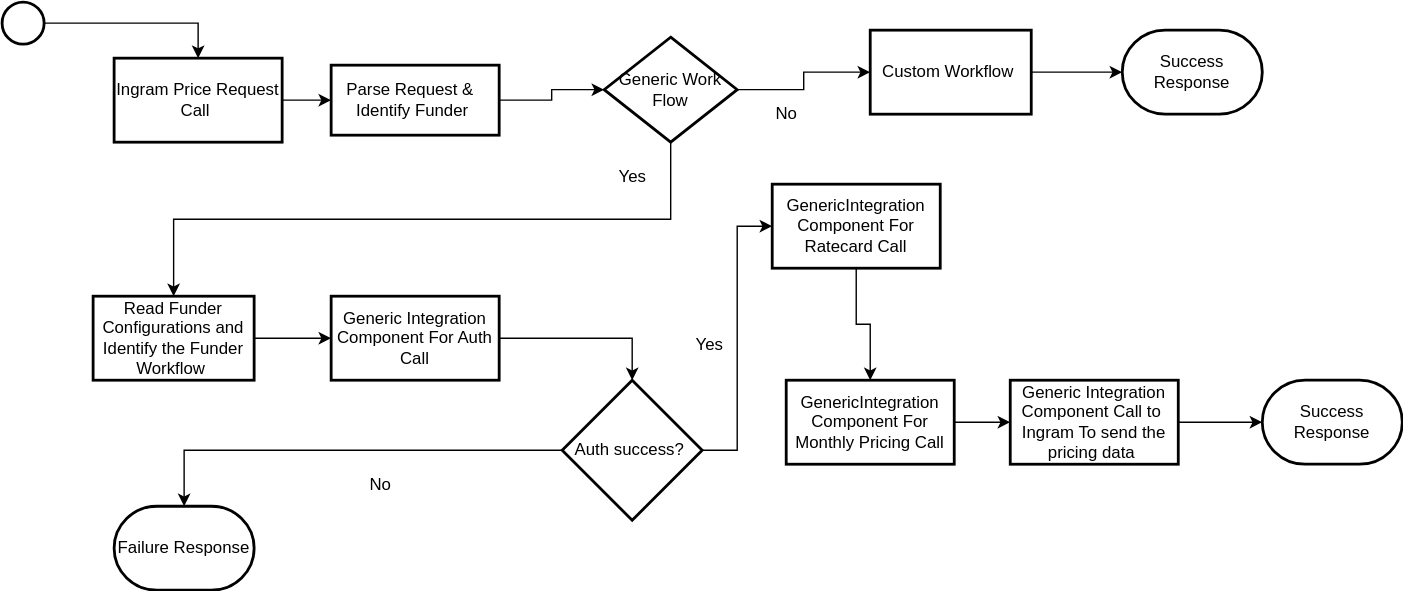
renjithmp/BankSystem keeps this draw.io diagram as src/Untitled Diagram.drawio.svg. Above is the earlier version. Source tidied: cells renumbered, new cells last; positions are measured from the earlier drawing's top-left corner, leaving out a move shared by most shapes. The source it was exported from:
```xml
<mxGraphModel>
  <root>
    <mxCell id="0" />
    <mxCell id="1" parent="0" />
    <mxCell id="2" style="edgeStyle=orthogonalEdgeStyle;rounded=0;jettySize=auto;html=1;" parent="1" edge="1" source="3" target="5">
      <mxGeometry relative="1" as="geometry" />
    </mxCell>
    <mxCell id="3" style="strokeWidth=2;html=1;shape=mxgraph.flowchart.start_2;whiteSpace=wrap;" parent="1" vertex="1">
      <mxGeometry width="30" height="30" as="geometry" />
    </mxCell>
    <mxCell id="4" style="edgeStyle=orthogonalEdgeStyle;rounded=0;jettySize=auto;html=1;entryX=0;entryY=0.5;entryDx=0;entryDy=0;" parent="1" edge="1" source="5" target="7">
      <mxGeometry relative="1" as="geometry" />
    </mxCell>
    <mxCell id="5" value="Ingram Price Request Call&amp;nbsp;" style="whiteSpace=wrap;html=1;strokeWidth=2;" parent="1" vertex="1">
      <mxGeometry x="80" y="40" width="120" height="60" as="geometry" />
    </mxCell>
    <mxCell id="6" style="edgeStyle=orthogonalEdgeStyle;rounded=0;jettySize=auto;html=1;entryX=0;entryY=0.5;entryDx=0;entryDy=0;" parent="1" edge="1" source="7" target="26">
      <mxGeometry relative="1" as="geometry" />
    </mxCell>
    <mxCell id="7" value="Parse Request &amp;amp;&amp;nbsp;&amp;nbsp;&lt;br&gt;Identify Funder&amp;nbsp;" style="whiteSpace=wrap;html=1;strokeWidth=2;" parent="1" vertex="1">
      <mxGeometry x="235" y="45" width="120" height="50" as="geometry" />
    </mxCell>
    <mxCell id="8" style="edgeStyle=orthogonalEdgeStyle;rounded=0;jettySize=auto;html=1;entryX=0.5;entryY=0;entryDx=0;entryDy=0;entryPerimeter=0;" parent="1" edge="1" source="9" target="12">
      <mxGeometry relative="1" as="geometry" />
    </mxCell>
    <mxCell id="9" value="Generic Integration Component For Auth Call" style="whiteSpace=wrap;html=1;strokeWidth=2;" parent="1" vertex="1">
      <mxGeometry x="235" y="210" width="120" height="60" as="geometry" />
    </mxCell>
    <mxCell id="10" style="edgeStyle=orthogonalEdgeStyle;rounded=0;jettySize=auto;html=1;entryX=0.5;entryY=0;entryDx=0;entryDy=0;entryPerimeter=0;" parent="1" edge="1" source="12" target="13">
      <mxGeometry relative="1" as="geometry" />
    </mxCell>
    <mxCell id="11" style="edgeStyle=orthogonalEdgeStyle;rounded=0;jettySize=auto;html=1;exitX=1;exitY=0.5;exitDx=0;exitDy=0;exitPerimeter=0;entryX=0;entryY=0.5;entryDx=0;entryDy=0;" parent="1" edge="1" source="12" target="16">
      <mxGeometry relative="1" as="geometry" />
    </mxCell>
    <mxCell id="12" value="Auth success?&amp;nbsp;" style="strokeWidth=2;html=1;shape=mxgraph.flowchart.decision;whiteSpace=wrap;" parent="1" vertex="1">
      <mxGeometry x="400" y="270" width="100" height="100" as="geometry" />
    </mxCell>
    <mxCell id="13" value="Failure Response" style="strokeWidth=2;html=1;shape=mxgraph.flowchart.terminator;whiteSpace=wrap;" parent="1" vertex="1">
      <mxGeometry x="80" y="360" width="100" height="60" as="geometry" />
    </mxCell>
    <mxCell id="14" value="No" style="text;html=1;align=center;verticalAlign=middle;strokeColor=none;fillColor=none;" parent="1" vertex="1">
      <mxGeometry x="250" y="330" width="40" height="30" as="geometry" />
    </mxCell>
    <mxCell id="15" style="edgeStyle=orthogonalEdgeStyle;rounded=0;jettySize=auto;html=1;entryX=0.5;entryY=0;entryDx=0;entryDy=0;" parent="1" edge="1" source="16" target="18">
      <mxGeometry relative="1" as="geometry" />
    </mxCell>
    <mxCell id="16" value="GenericIntegration Component For Ratecard Call" style="whiteSpace=wrap;html=1;strokeWidth=2;" parent="1" vertex="1">
      <mxGeometry x="550" y="130" width="120" height="60" as="geometry" />
    </mxCell>
    <mxCell id="17" style="edgeStyle=orthogonalEdgeStyle;rounded=0;jettySize=auto;html=1;entryX=0;entryY=0.5;entryDx=0;entryDy=0;" parent="1" edge="1" source="18" target="20">
      <mxGeometry relative="1" as="geometry" />
    </mxCell>
    <mxCell id="18" value="GenericIntegration Component For Monthly Pricing Call" style="whiteSpace=wrap;html=1;strokeWidth=2;" parent="1" vertex="1">
      <mxGeometry x="560" y="270" width="120" height="60" as="geometry" />
    </mxCell>
    <mxCell id="19" style="edgeStyle=orthogonalEdgeStyle;rounded=0;jettySize=auto;html=1;entryX=0;entryY=0.5;entryDx=0;entryDy=0;entryPerimeter=0;" parent="1" edge="1" source="20" target="21">
      <mxGeometry relative="1" as="geometry" />
    </mxCell>
    <mxCell id="20" value="Generic Integration Component Call to&amp;nbsp; Ingram To send the pricing data&amp;nbsp;" style="whiteSpace=wrap;html=1;strokeWidth=2;" parent="1" vertex="1">
      <mxGeometry x="720" y="270" width="120" height="60" as="geometry" />
    </mxCell>
    <mxCell id="21" value="Success Response" style="strokeWidth=2;html=1;shape=mxgraph.flowchart.terminator;whiteSpace=wrap;" parent="1" vertex="1">
      <mxGeometry x="900" y="270" width="100" height="60" as="geometry" />
    </mxCell>
    <mxCell id="22" style="edgeStyle=orthogonalEdgeStyle;rounded=0;jettySize=auto;html=1;entryX=0;entryY=0.5;entryDx=0;entryDy=0;" parent="1" edge="1" source="23" target="9">
      <mxGeometry relative="1" as="geometry" />
    </mxCell>
    <mxCell id="23" value="Read Funder Configurations and Identify the Funder Workflow&amp;nbsp;" style="whiteSpace=wrap;html=1;strokeWidth=2;" parent="1" vertex="1">
      <mxGeometry x="65" y="210" width="115" height="60" as="geometry" />
    </mxCell>
    <mxCell id="24" style="edgeStyle=orthogonalEdgeStyle;rounded=0;jettySize=auto;html=1;entryX=0;entryY=0.5;entryDx=0;entryDy=0;" parent="1" edge="1" source="26" target="28">
      <mxGeometry relative="1" as="geometry" />
    </mxCell>
    <mxCell id="25" style="edgeStyle=orthogonalEdgeStyle;rounded=0;jettySize=auto;html=1;entryX=0.5;entryY=0;entryDx=0;entryDy=0;exitX=0.5;exitY=1;exitDx=0;exitDy=0;" parent="1" edge="1" source="26" target="23">
      <mxGeometry relative="1" as="geometry" />
    </mxCell>
    <mxCell id="26" value="Generic Work Flow" style="rhombus;whiteSpace=wrap;html=1;strokeWidth=2;" parent="1" vertex="1">
      <mxGeometry x="430" y="25" width="95" height="75" as="geometry" />
    </mxCell>
    <mxCell id="27" style="edgeStyle=orthogonalEdgeStyle;rounded=0;jettySize=auto;html=1;entryX=0;entryY=0.5;entryDx=0;entryDy=0;entryPerimeter=0;" parent="1" edge="1" source="28" target="29">
      <mxGeometry relative="1" as="geometry" />
    </mxCell>
    <mxCell id="28" value="Custom Workflow&amp;nbsp;" style="whiteSpace=wrap;html=1;strokeWidth=2;" parent="1" vertex="1">
      <mxGeometry x="620" y="20" width="115" height="60" as="geometry" />
    </mxCell>
    <mxCell id="29" value="Success Response&lt;br&gt;" style="strokeWidth=2;html=1;shape=mxgraph.flowchart.terminator;whiteSpace=wrap;" parent="1" vertex="1">
      <mxGeometry x="800" y="20" width="100" height="60" as="geometry" />
    </mxCell>
    <mxCell id="30" value="Yes" style="text;html=1;align=center;verticalAlign=middle;strokeColor=none;fillColor=none;" parent="1" vertex="1">
      <mxGeometry x="485" y="230" width="40" height="30" as="geometry" />
    </mxCell>
    <mxCell id="31" value="Yes" style="text;html=1;align=center;verticalAlign=middle;strokeColor=none;fillColor=none;" parent="1" vertex="1">
      <mxGeometry x="430" y="110" width="40" height="30" as="geometry" />
    </mxCell>
    <mxCell id="32" value="No" style="text;html=1;align=center;verticalAlign=middle;strokeColor=none;fillColor=none;" parent="1" vertex="1">
      <mxGeometry x="540" y="65" width="40" height="30" as="geometry" />
    </mxCell>
  </root>
</mxGraphModel>
```
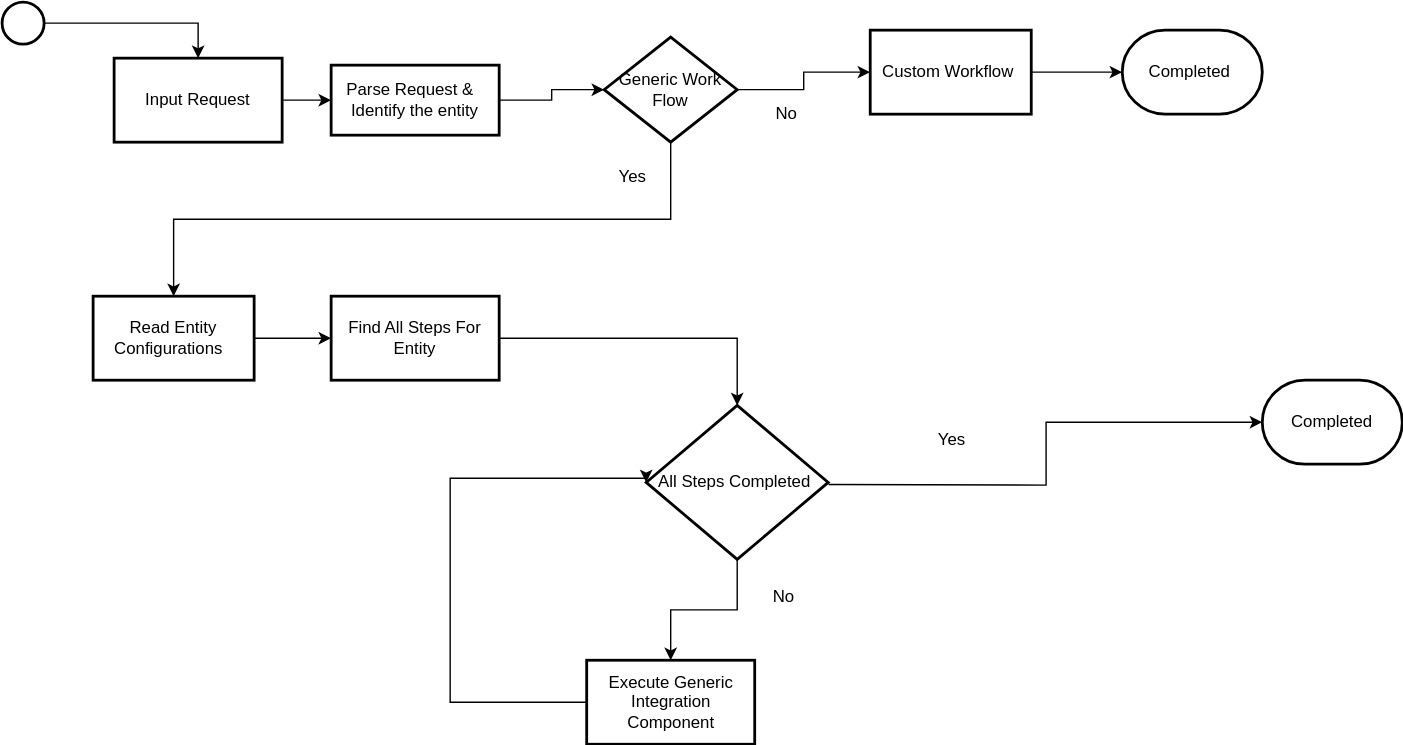
Later version of the same file.

What changed in the source:
```diff
@@ -11,61 +11,33 @@
     <mxCell id="4" style="edgeStyle=orthogonalEdgeStyle;rounded=0;jettySize=auto;html=1;entryX=0;entryY=0.5;entryDx=0;entryDy=0;" parent="1" edge="1" source="5" target="7">
       <mxGeometry relative="1" as="geometry" />
     </mxCell>
-    <mxCell id="5" value="Ingram Price Request Call&amp;nbsp;" style="whiteSpace=wrap;html=1;strokeWidth=2;" parent="1" vertex="1">
+    <mxCell id="5" value="Input Request" style="whiteSpace=wrap;html=1;strokeWidth=2;" parent="1" vertex="1">
       <mxGeometry x="80" y="40" width="120" height="60" as="geometry" />
     </mxCell>
     <mxCell id="6" style="edgeStyle=orthogonalEdgeStyle;rounded=0;jettySize=auto;html=1;entryX=0;entryY=0.5;entryDx=0;entryDy=0;" parent="1" edge="1" source="7" target="26">
       <mxGeometry relative="1" as="geometry" />
     </mxCell>
-    <mxCell id="7" value="Parse Request &amp;amp;&amp;nbsp;&amp;nbsp;&lt;br&gt;Identify Funder&amp;nbsp;" style="whiteSpace=wrap;html=1;strokeWidth=2;" parent="1" vertex="1">
+    <mxCell id="7" value="Parse Request &amp;amp;&amp;nbsp;&amp;nbsp;&lt;br&gt;Identify the entity" style="whiteSpace=wrap;html=1;strokeWidth=2;" parent="1" vertex="1">
       <mxGeometry x="235" y="45" width="120" height="50" as="geometry" />
     </mxCell>
-    <mxCell id="8" style="edgeStyle=orthogonalEdgeStyle;rounded=0;jettySize=auto;html=1;entryX=0.5;entryY=0;entryDx=0;entryDy=0;entryPerimeter=0;" parent="1" edge="1" source="9" target="12">
+    <mxCell id="8" style="edgeStyle=orthogonalEdgeStyle;rounded=0;jettySize=auto;html=1;entryX=0.5;entryY=0;entryDx=0;entryDy=0;entryPerimeter=0;" parent="1" edge="1" source="9" target="34">
       <mxGeometry relative="1" as="geometry" />
     </mxCell>
-    <mxCell id="9" value="Generic Integration Component For Auth Call" style="whiteSpace=wrap;html=1;strokeWidth=2;" parent="1" vertex="1">
+    <mxCell id="9" value="Find All Steps For Entity" style="whiteSpace=wrap;html=1;strokeWidth=2;" parent="1" vertex="1">
       <mxGeometry x="235" y="210" width="120" height="60" as="geometry" />
     </mxCell>
-    <mxCell id="10" style="edgeStyle=orthogonalEdgeStyle;rounded=0;jettySize=auto;html=1;entryX=0.5;entryY=0;entryDx=0;entryDy=0;entryPerimeter=0;" parent="1" edge="1" source="12" target="13">
-      <mxGeometry relative="1" as="geometry" />
-    </mxCell>
-    <mxCell id="11" style="edgeStyle=orthogonalEdgeStyle;rounded=0;jettySize=auto;html=1;exitX=1;exitY=0.5;exitDx=0;exitDy=0;exitPerimeter=0;entryX=0;entryY=0.5;entryDx=0;entryDy=0;" parent="1" edge="1" source="12" target="16">
-      <mxGeometry relative="1" as="geometry" />
-    </mxCell>
-    <mxCell id="12" value="Auth success?&amp;nbsp;" style="strokeWidth=2;html=1;shape=mxgraph.flowchart.decision;whiteSpace=wrap;" parent="1" vertex="1">
-      <mxGeometry x="400" y="270" width="100" height="100" as="geometry" />
-    </mxCell>
-    <mxCell id="13" value="Failure Response" style="strokeWidth=2;html=1;shape=mxgraph.flowchart.terminator;whiteSpace=wrap;" parent="1" vertex="1">
-      <mxGeometry x="80" y="360" width="100" height="60" as="geometry" />
-    </mxCell>
-    <mxCell id="14" value="No" style="text;html=1;align=center;verticalAlign=middle;strokeColor=none;fillColor=none;" parent="1" vertex="1">
-      <mxGeometry x="250" y="330" width="40" height="30" as="geometry" />
-    </mxCell>
-    <mxCell id="15" style="edgeStyle=orthogonalEdgeStyle;rounded=0;jettySize=auto;html=1;entryX=0.5;entryY=0;entryDx=0;entryDy=0;" parent="1" edge="1" source="16" target="18">
-      <mxGeometry relative="1" as="geometry" />
-    </mxCell>
-    <mxCell id="16" value="GenericIntegration Component For Ratecard Call" style="whiteSpace=wrap;html=1;strokeWidth=2;" parent="1" vertex="1">
-      <mxGeometry x="550" y="130" width="120" height="60" as="geometry" />
-    </mxCell>
-    <mxCell id="17" style="edgeStyle=orthogonalEdgeStyle;rounded=0;jettySize=auto;html=1;entryX=0;entryY=0.5;entryDx=0;entryDy=0;" parent="1" edge="1" source="18" target="20">
-      <mxGeometry relative="1" as="geometry" />
-    </mxCell>
-    <mxCell id="18" value="GenericIntegration Component For Monthly Pricing Call" style="whiteSpace=wrap;html=1;strokeWidth=2;" parent="1" vertex="1">
-      <mxGeometry x="560" y="270" width="120" height="60" as="geometry" />
-    </mxCell>
-    <mxCell id="19" style="edgeStyle=orthogonalEdgeStyle;rounded=0;jettySize=auto;html=1;entryX=0;entryY=0.5;entryDx=0;entryDy=0;entryPerimeter=0;" parent="1" edge="1" source="20" target="21">
-      <mxGeometry relative="1" as="geometry" />
+    <mxCell id="19" style="edgeStyle=orthogonalEdgeStyle;rounded=0;jettySize=auto;html=1;entryX=0;entryY=0.5;entryDx=0;entryDy=0;entryPerimeter=0;exitX=1.006;exitY=0.548;exitDx=0;exitDy=0;exitPerimeter=0;" parent="1" edge="1" target="21">
+      <mxGeometry relative="1" as="geometry">
+        <mxPoint x="590.2" y="344.4" as="sourcePoint" />
+      </mxGeometry>
     </mxCell>
-    <mxCell id="20" value="Generic Integration Component Call to&amp;nbsp; Ingram To send the pricing data&amp;nbsp;" style="whiteSpace=wrap;html=1;strokeWidth=2;" parent="1" vertex="1">
-      <mxGeometry x="720" y="270" width="120" height="60" as="geometry" />
-    </mxCell>
-    <mxCell id="21" value="Success Response" style="strokeWidth=2;html=1;shape=mxgraph.flowchart.terminator;whiteSpace=wrap;" parent="1" vertex="1">
+    <mxCell id="21" value="Completed" style="strokeWidth=2;html=1;shape=mxgraph.flowchart.terminator;whiteSpace=wrap;" parent="1" vertex="1">
       <mxGeometry x="900" y="270" width="100" height="60" as="geometry" />
     </mxCell>
     <mxCell id="22" style="edgeStyle=orthogonalEdgeStyle;rounded=0;jettySize=auto;html=1;entryX=0;entryY=0.5;entryDx=0;entryDy=0;" parent="1" edge="1" source="23" target="9">
       <mxGeometry relative="1" as="geometry" />
     </mxCell>
-    <mxCell id="23" value="Read Funder Configurations and Identify the Funder Workflow&amp;nbsp;" style="whiteSpace=wrap;html=1;strokeWidth=2;" parent="1" vertex="1">
+    <mxCell id="23" value="Read Entity Configurations&amp;nbsp;&amp;nbsp;" style="whiteSpace=wrap;html=1;strokeWidth=2;" parent="1" vertex="1">
       <mxGeometry x="65" y="210" width="115" height="60" as="geometry" />
     </mxCell>
     <mxCell id="24" style="edgeStyle=orthogonalEdgeStyle;rounded=0;jettySize=auto;html=1;entryX=0;entryY=0.5;entryDx=0;entryDy=0;" parent="1" edge="1" source="26" target="28">
@@ -83,17 +55,38 @@
     <mxCell id="28" value="Custom Workflow&amp;nbsp;" style="whiteSpace=wrap;html=1;strokeWidth=2;" parent="1" vertex="1">
       <mxGeometry x="620" y="20" width="115" height="60" as="geometry" />
     </mxCell>
-    <mxCell id="29" value="Success Response&lt;br&gt;" style="strokeWidth=2;html=1;shape=mxgraph.flowchart.terminator;whiteSpace=wrap;" parent="1" vertex="1">
+    <mxCell id="29" value="Completed&amp;nbsp;" style="strokeWidth=2;html=1;shape=mxgraph.flowchart.terminator;whiteSpace=wrap;" parent="1" vertex="1">
       <mxGeometry x="800" y="20" width="100" height="60" as="geometry" />
     </mxCell>
-    <mxCell id="30" value="Yes" style="text;html=1;align=center;verticalAlign=middle;strokeColor=none;fillColor=none;" parent="1" vertex="1">
-      <mxGeometry x="485" y="230" width="40" height="30" as="geometry" />
-    </mxCell>
     <mxCell id="31" value="Yes" style="text;html=1;align=center;verticalAlign=middle;strokeColor=none;fillColor=none;" parent="1" vertex="1">
       <mxGeometry x="430" y="110" width="40" height="30" as="geometry" />
     </mxCell>
     <mxCell id="32" value="No" style="text;html=1;align=center;verticalAlign=middle;strokeColor=none;fillColor=none;" parent="1" vertex="1">
       <mxGeometry x="540" y="65" width="40" height="30" as="geometry" />
     </mxCell>
+    <mxCell id="33" style="edgeStyle=orthogonalEdgeStyle;rounded=0;jettySize=auto;html=1;entryX=0.5;entryY=0;entryDx=0;entryDy=0;" parent="1" edge="1" source="34" target="36">
+      <mxGeometry relative="1" as="geometry" />
+    </mxCell>
+    <mxCell id="34" value="All Steps Completed&amp;nbsp;" style="strokeWidth=2;html=1;shape=mxgraph.flowchart.decision;whiteSpace=wrap;" parent="1" vertex="1">
+      <mxGeometry x="460" y="288" width="130" height="110" as="geometry" />
+    </mxCell>
+    <mxCell id="35" style="edgeStyle=orthogonalEdgeStyle;rounded=0;jettySize=auto;html=1;entryX=0;entryY=0.5;entryDx=0;entryDy=0;entryPerimeter=0;" parent="1" edge="1" source="36" target="34">
+      <mxGeometry relative="1" as="geometry">
+        <Array as="points">
+          <mxPoint x="320" y="500" />
+          <mxPoint x="320" y="340" />
+          <mxPoint x="460" y="340" />
+        </Array>
+      </mxGeometry>
+    </mxCell>
+    <mxCell id="36" value="Execute Generic&lt;br&gt;Integration Component" style="whiteSpace=wrap;html=1;strokeWidth=2;" parent="1" vertex="1">
+      <mxGeometry x="417.5" y="470" width="120" height="60" as="geometry" />
+    </mxCell>
+    <mxCell id="30" value="Yes" style="text;html=1;align=center;verticalAlign=middle;strokeColor=none;fillColor=none;" parent="1" vertex="1">
+      <mxGeometry x="657.5" y="298" width="40" height="30" as="geometry" />
+    </mxCell>
+    <mxCell id="14" value="No" style="text;html=1;align=center;verticalAlign=middle;strokeColor=none;fillColor=none;" parent="1" vertex="1">
+      <mxGeometry x="537.5" y="410" width="40" height="30" as="geometry" />
+    </mxCell>
   </root>
 </mxGraphModel>
```
